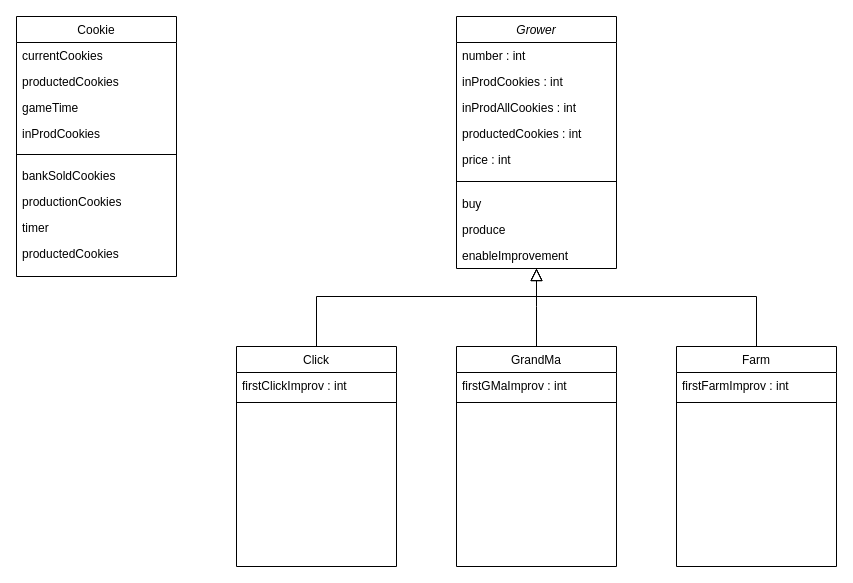
The draw.io diagram diagram_class.drawio in ElainePentium/JS-cookie-clicker, before the edit. Source tidied: cells renumbered, new cells numbered last; positions are measured from the earlier drawing's top-left corner, leaving out a move shared by most shapes. Both pictures are drawn from the tidied source at 100%, with x=0, y=0 at pixel (16, 16).
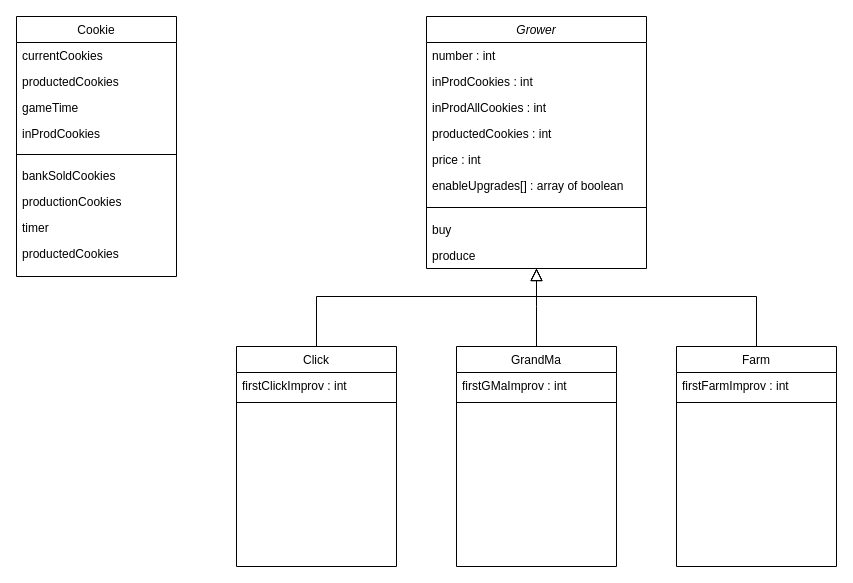
The same page after the edit.

The edit, as a diff of the source:
```diff
@@
     <mxCell id="20" value="Grower" style="swimlane;fontStyle=2;align=center;verticalAlign=top;horizontal=1;startSize=26;rounded=0;shadow=0;strokeWidth=1;" parent="1" vertex="1">
-      <mxGeometry x="440" width="160" height="252" as="geometry" />
+      <mxGeometry x="410" width="220" height="252" as="geometry" />
     </mxCell>
     <mxCell id="21" value="number : int" style="text;align=left;verticalAlign=top;spacingLeft=4;spacingRight=4;overflow=hidden;" parent="20" vertex="1">
-      <mxGeometry y="26" width="160" height="26" as="geometry" />
+      <mxGeometry y="26" width="220" height="26" as="geometry" />
     </mxCell>
     <mxCell id="22" value="inProdCookies : int" style="text;align=left;verticalAlign=top;spacingLeft=4;spacingRight=4;overflow=hidden;rounded=0;shadow=0;html=0;" parent="20" vertex="1">
-      <mxGeometry y="52" width="160" height="26" as="geometry" />
+      <mxGeometry y="52" width="220" height="26" as="geometry" />
     </mxCell>
     <mxCell id="23" value="inProdAllCookies : int" style="text;align=left;verticalAlign=top;spacingLeft=4;spacingRight=4;overflow=hidden;rounded=0;shadow=0;html=0;" parent="20" vertex="1">
-      <mxGeometry y="78" width="160" height="26" as="geometry" />
+      <mxGeometry y="78" width="220" height="26" as="geometry" />
     </mxCell>
     <mxCell id="24" value="productedCookies : int" style="text;align=left;verticalAlign=top;spacingLeft=4;spacingRight=4;overflow=hidden;rounded=0;shadow=0;html=0;" parent="20" vertex="1">
-      <mxGeometry y="104" width="160" height="26" as="geometry" />
+      <mxGeometry y="104" width="220" height="26" as="geometry" />
     </mxCell>
     <mxCell id="25" value="price : int" style="text;align=left;verticalAlign=top;spacingLeft=4;spacingRight=4;overflow=hidden;rounded=0;shadow=0;html=0;" parent="20" vertex="1">
-      <mxGeometry y="130" width="160" height="26" as="geometry" />
+      <mxGeometry y="130" width="220" height="26" as="geometry" />
     </mxCell>
+    <mxCell id="29" value="enableUpgrades[] : array of boolean" style="text;align=left;verticalAlign=top;spacingLeft=4;spacingRight=4;overflow=hidden;" parent="20" vertex="1">
+      <mxGeometry y="156" width="220" height="26" as="geometry" />
+    </mxCell>
     <mxCell id="26" style="line;html=1;strokeWidth=1;align=left;verticalAlign=middle;spacingTop=-1;spacingLeft=3;spacingRight=3;labelPosition=right;" parent="20" vertex="1">
-      <mxGeometry y="156" width="160" height="18" as="geometry" />
+      <mxGeometry y="182" width="220" height="18" as="geometry" />
     </mxCell>
     <mxCell id="27" value="buy" style="text;align=left;verticalAlign=top;spacingLeft=4;spacingRight=4;overflow=hidden;" parent="20" vertex="1">
-      <mxGeometry y="174" width="160" height="26" as="geometry" />
+      <mxGeometry y="200" width="220" height="26" as="geometry" />
     </mxCell>
     <mxCell id="28" value="produce" style="text;align=left;verticalAlign=top;spacingLeft=4;spacingRight=4;overflow=hidden;" parent="20" vertex="1">
-      <mxGeometry y="200" width="160" height="26" as="geometry" />
+      <mxGeometry y="226" width="220" height="26" as="geometry" />
     </mxCell>
-    <mxCell id="29" value="enableImprovement" style="text;align=left;verticalAlign=top;spacingLeft=4;spacingRight=4;overflow=hidden;" parent="20" vertex="1">
-      <mxGeometry y="226" width="160" height="26" as="geometry" />
-    </mxCell>
```
